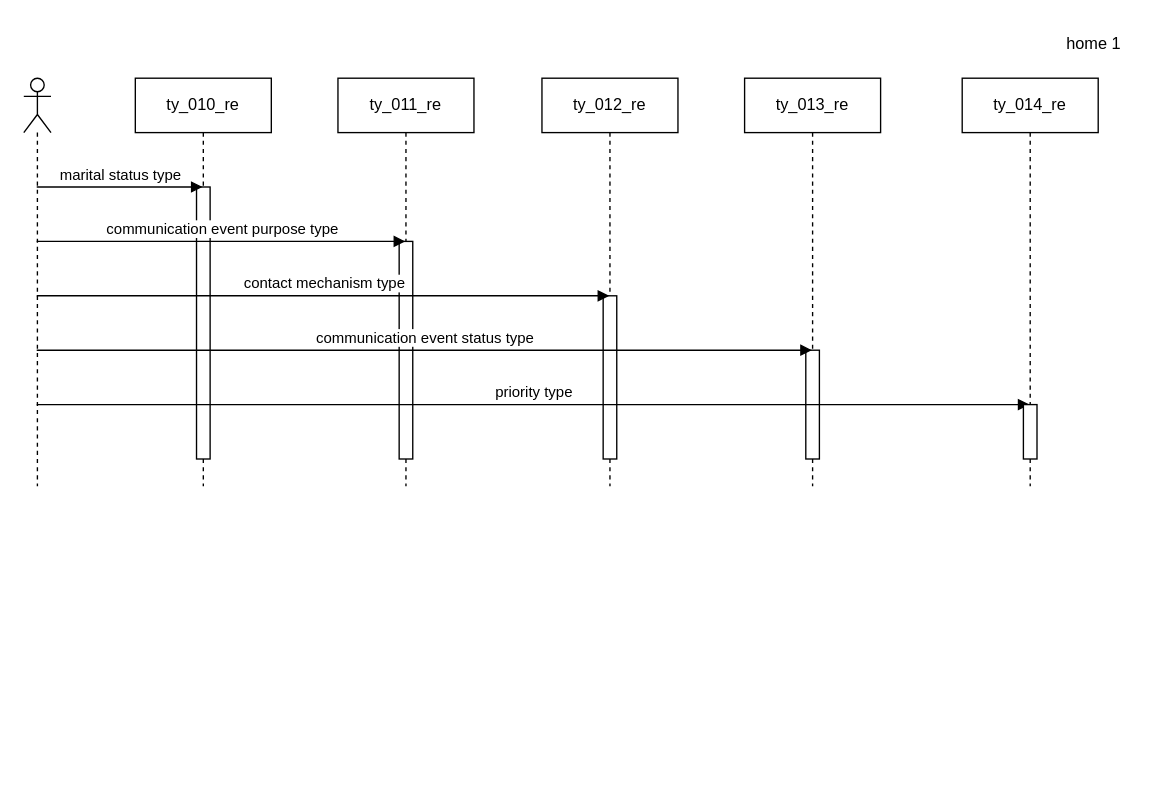
Earlier version of the draw.io diagram page "3 home3" (4 of 37) of docs/artifact/AllPage/drawio_file/sequence_diagram_page.drawio (ssszZ-TH/party_fullstack_docker3). Source tidied: cells renumbered, new cells numbered last; positions are measured from the earlier drawing's top-left corner, leaving out a move shared by most shapes. Both pictures are drawn from the tidied source at 136%, with x=0, y=0 at pixel (23, 23).
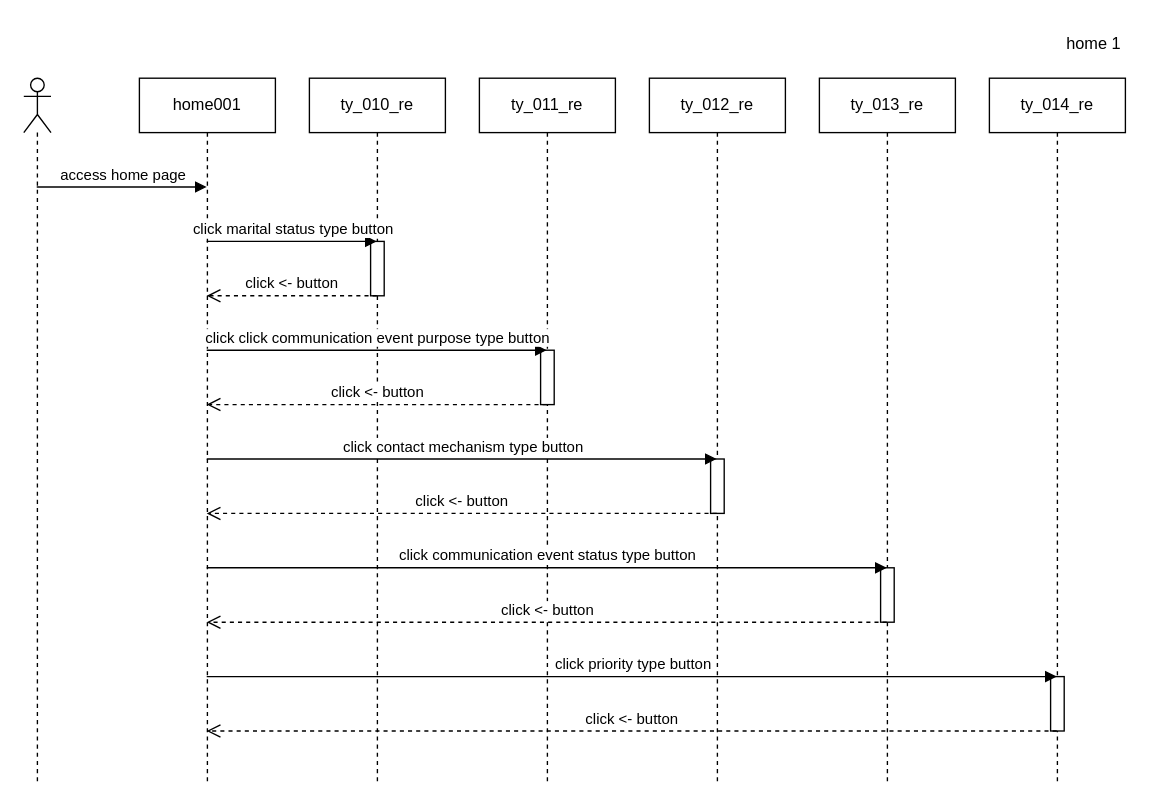
After the change.

Commit message (it also covers changes not shown here):
docs seq page diagram fin in drawio

Change to the diagram source:
```diff
@@
-    <mxCell id="0" />
-    <mxCell id="1" parent="0" />
+    <mxCell id="19" />
+    <mxCell id="20" parent="19" />
+    <mxCell id="21" value="home001" style="shape=umlLifeline;perimeter=lifelinePerimeter;whiteSpace=wrap;html=1;outlineConnect=0;portConstraint=eastwest;newEdgeStyle={&quot;curved&quot;:0,&quot;rounded&quot;:0};" parent="20" vertex="1">
+      <mxGeometry x="85" y="40" width="100" height="520" as="geometry" />
+    </mxCell>
+    <mxCell id="22" style="shape=umlLifeline;perimeter=lifelinePerimeter;whiteSpace=wrap;html=1;outlineConnect=0;portConstraint=eastwest;newEdgeStyle={&quot;curved&quot;:0,&quot;rounded&quot;:0};participant=umlActor;" parent="20" vertex="1">
+      <mxGeometry y="40" width="20" height="520" as="geometry" />
+    </mxCell>
+    <mxCell id="5" value="ty_011_re" style="shape=umlLifeline;perimeter=lifelinePerimeter;whiteSpace=wrap;html=1;outlineConnect=0;portConstraint=eastwest;newEdgeStyle={&quot;curved&quot;:0,&quot;rounded&quot;:0};" parent="20" vertex="1">
+      <mxGeometry x="335" y="40" width="100" height="520" as="geometry" />
+    </mxCell>
+    <mxCell id="23" style="html=1;perimeter=orthogonalPerimeter;targetShapes=umlLifeline;newEdgeStyle={&quot;curved&quot;:0,&quot;rounded&quot;:0};" parent="5" vertex="1">
+      <mxGeometry x="45" y="200" width="10" height="40" as="geometry" />
+    </mxCell>
+    <mxCell id="7" value="ty_012_re" style="shape=umlLifeline;perimeter=lifelinePerimeter;whiteSpace=wrap;html=1;outlineConnect=0;portConstraint=eastwest;newEdgeStyle={&quot;curved&quot;:0,&quot;rounded&quot;:0};" parent="20" vertex="1">
+      <mxGeometry x="460" y="40" width="100" height="520" as="geometry" />
+    </mxCell>
+    <mxCell id="24" style="html=1;perimeter=orthogonalPerimeter;targetShapes=umlLifeline;newEdgeStyle={&quot;curved&quot;:0,&quot;rounded&quot;:0};" parent="7" vertex="1">
+      <mxGeometry x="45" y="280" width="10" height="40" as="geometry" />
+    </mxCell>
+    <mxCell id="9" value="ty_013_re" style="shape=umlLifeline;perimeter=lifelinePerimeter;whiteSpace=wrap;html=1;outlineConnect=0;portConstraint=eastwest;newEdgeStyle={&quot;curved&quot;:0,&quot;rounded&quot;:0};" parent="20" vertex="1">
+      <mxGeometry x="585" y="40" width="100" height="520" as="geometry" />
+    </mxCell>
+    <mxCell id="25" style="html=1;perimeter=orthogonalPerimeter;targetShapes=umlLifeline;newEdgeStyle={&quot;curved&quot;:0,&quot;rounded&quot;:0};" parent="9" vertex="1">
+      <mxGeometry x="45" y="360" width="10" height="40" as="geometry" />
+    </mxCell>
+    <mxCell id="11" value="ty_014_re" style="shape=umlLifeline;perimeter=lifelinePerimeter;whiteSpace=wrap;html=1;outlineConnect=0;portConstraint=eastwest;newEdgeStyle={&quot;curved&quot;:0,&quot;rounded&quot;:0};" parent="20" vertex="1">
+      <mxGeometry x="710" y="40" width="100" height="520" as="geometry" />
+    </mxCell>
+    <mxCell id="26" style="html=1;perimeter=orthogonalPerimeter;targetShapes=umlLifeline;newEdgeStyle={&quot;curved&quot;:0,&quot;rounded&quot;:0};" parent="11" vertex="1">
+      <mxGeometry x="45" y="440" width="10" height="40" as="geometry" />
+    </mxCell>
+    <mxCell id="12" value="home 1" style="text;html=1;align=center;verticalAlign=middle;whiteSpace=wrap;rounded=0;" parent="20" vertex="1">
+      <mxGeometry x="757" width="60" height="30" as="geometry" />
+    </mxCell>
-    <mxCell id="2" value="ty_010_re" style="shape=umlLifeline;perimeter=lifelinePerimeter;whiteSpace=wrap;html=1;outlineConnect=0;portConstraint=eastwest;newEdgeStyle={&quot;curved&quot;:0,&quot;rounded&quot;:0};" parent="1" vertex="1">
-      <mxGeometry x="82" y="40" width="100" height="300" as="geometry" />
+    <mxCell id="2" value="ty_010_re" style="shape=umlLifeline;perimeter=lifelinePerimeter;whiteSpace=wrap;html=1;outlineConnect=0;portConstraint=eastwest;newEdgeStyle={&quot;curved&quot;:0,&quot;rounded&quot;:0};" parent="20" vertex="1">
+      <mxGeometry x="210" y="40" width="100" height="520" as="geometry" />
     </mxCell>
-    <mxCell id="3" style="html=1;perimeter=orthogonalPerimeter;targetShapes=umlLifeline;newEdgeStyle={&quot;curved&quot;:0,&quot;rounded&quot;:0};" parent="2" vertex="1">
-      <mxGeometry x="45" y="80" width="10" height="200" as="geometry" />
-    </mxCell>
-    <mxCell id="4" style="shape=umlLifeline;perimeter=lifelinePerimeter;whiteSpace=wrap;html=1;outlineConnect=0;portConstraint=eastwest;newEdgeStyle={&quot;curved&quot;:0,&quot;rounded&quot;:0};participant=umlActor;" parent="1" vertex="1">
-      <mxGeometry y="40" width="20" height="300" as="geometry" />
-    </mxCell>
-    <mxCell id="5" value="ty_011_re" style="shape=umlLifeline;perimeter=lifelinePerimeter;whiteSpace=wrap;html=1;outlineConnect=0;portConstraint=eastwest;newEdgeStyle={&quot;curved&quot;:0,&quot;rounded&quot;:0};" parent="1" vertex="1">
-      <mxGeometry x="231" y="40" width="100" height="300" as="geometry" />
-    </mxCell>
-    <mxCell id="6" style="html=1;perimeter=orthogonalPerimeter;targetShapes=umlLifeline;newEdgeStyle={&quot;curved&quot;:0,&quot;rounded&quot;:0};" parent="5" vertex="1">
-      <mxGeometry x="45" y="120" width="10" height="160" as="geometry" />
-    </mxCell>
-    <mxCell id="7" value="ty_012_re" style="shape=umlLifeline;perimeter=lifelinePerimeter;whiteSpace=wrap;html=1;outlineConnect=0;portConstraint=eastwest;newEdgeStyle={&quot;curved&quot;:0,&quot;rounded&quot;:0};" parent="1" vertex="1">
-      <mxGeometry x="381" y="40" width="100" height="300" as="geometry" />
-    </mxCell>
-    <mxCell id="8" style="html=1;perimeter=orthogonalPerimeter;targetShapes=umlLifeline;newEdgeStyle={&quot;curved&quot;:0,&quot;rounded&quot;:0};" parent="7" vertex="1">
-      <mxGeometry x="45" y="160" width="10" height="120" as="geometry" />
-    </mxCell>
-    <mxCell id="9" value="ty_013_re" style="shape=umlLifeline;perimeter=lifelinePerimeter;whiteSpace=wrap;html=1;outlineConnect=0;portConstraint=eastwest;newEdgeStyle={&quot;curved&quot;:0,&quot;rounded&quot;:0};" parent="1" vertex="1">
-      <mxGeometry x="530" y="40" width="100" height="300" as="geometry" />
-    </mxCell>
-    <mxCell id="10" style="html=1;perimeter=orthogonalPerimeter;targetShapes=umlLifeline;newEdgeStyle={&quot;curved&quot;:0,&quot;rounded&quot;:0};" parent="9" vertex="1">
-      <mxGeometry x="45" y="200" width="10" height="80" as="geometry" />
-    </mxCell>
-    <mxCell id="11" value="ty_014_re" style="shape=umlLifeline;perimeter=lifelinePerimeter;whiteSpace=wrap;html=1;outlineConnect=0;portConstraint=eastwest;newEdgeStyle={&quot;curved&quot;:0,&quot;rounded&quot;:0};" parent="1" vertex="1">
-      <mxGeometry x="690" y="40" width="100" height="300" as="geometry" />
-    </mxCell>
-    <mxCell id="12" value="home 1" style="text;html=1;align=center;verticalAlign=middle;whiteSpace=wrap;rounded=0;" parent="1" vertex="1">
-      <mxGeometry x="757" width="60" height="30" as="geometry" />
-    </mxCell>
-    <mxCell id="13" value="marital status type" style="html=1;verticalAlign=bottom;endArrow=block;curved=0;rounded=0;" parent="1" edge="1" source="4" target="2">
-      <mxGeometry relative="1" as="geometry">
-        <Array as="points">
-          <mxPoint x="80" y="120" />
-        </Array>
-      </mxGeometry>
-    </mxCell>
-    <mxCell id="14" value="communication event purpose type" style="html=1;verticalAlign=bottom;endArrow=block;curved=0;rounded=0;" parent="1" edge="1" source="4" target="5">
-      <mxGeometry relative="1" as="geometry">
-        <Array as="points">
-          <mxPoint x="111" y="160" />
-        </Array>
-      </mxGeometry>
-    </mxCell>
-    <mxCell id="15" value="contact mechanism type" style="html=1;verticalAlign=bottom;endArrow=block;curved=0;rounded=0;" parent="1" edge="1" source="4" target="7">
-      <mxGeometry relative="1" as="geometry">
-        <Array as="points">
-          <mxPoint x="220" y="200" />
-        </Array>
-      </mxGeometry>
-    </mxCell>
-    <mxCell id="16" value="communication event status type" style="html=1;verticalAlign=bottom;endArrow=block;curved=0;rounded=0;" parent="1" edge="1" source="4" target="9">
-      <mxGeometry relative="1" as="geometry">
-        <Array as="points">
-          <mxPoint x="300" y="240" />
-        </Array>
-      </mxGeometry>
-    </mxCell>
-    <mxCell id="17" value="priority type" style="html=1;verticalAlign=bottom;endArrow=block;curved=0;rounded=0;" parent="1" edge="1" source="4" target="11">
-      <mxGeometry relative="1" as="geometry">
-        <Array as="points">
-          <mxPoint x="370" y="280" />
-        </Array>
-      </mxGeometry>
-    </mxCell>
-    <mxCell id="18" style="html=1;perimeter=orthogonalPerimeter;targetShapes=umlLifeline;newEdgeStyle={&quot;curved&quot;:0,&quot;rounded&quot;:0};" parent="1" vertex="1">
-      <mxGeometry x="735" y="280" width="10" height="40" as="geometry" />
-    </mxCell>
+    <mxCell id="27" style="html=1;perimeter=orthogonalPerimeter;targetShapes=umlLifeline;newEdgeStyle={&quot;curved&quot;:0,&quot;rounded&quot;:0};" parent="2" vertex="1">
+      <mxGeometry x="45" y="120" width="10" height="40" as="geometry" />
+    </mxCell>
+    <mxCell id="28" value="access home page" style="html=1;verticalAlign=bottom;endArrow=block;curved=0;rounded=0;" parent="20" edge="1" source="22" target="21">
+      <mxGeometry relative="1" as="geometry">
+        <Array as="points">
+          <mxPoint x="60" y="120" />
+        </Array>
+      </mxGeometry>
+    </mxCell>
+    <mxCell id="29" value="click marital status type button" style="html=1;verticalAlign=bottom;endArrow=block;curved=0;rounded=0;" parent="20" edge="1" source="21" target="2">
+      <mxGeometry relative="1" as="geometry">
+        <Array as="points">
+          <mxPoint x="190" y="160" />
+        </Array>
+      </mxGeometry>
+    </mxCell>
+    <mxCell id="30" value="click &amp;lt;- button" style="html=1;verticalAlign=bottom;endArrow=open;dashed=1;endSize=8;curved=0;rounded=0;" parent="20" edge="1" source="2" target="21">
+      <mxGeometry relative="1" as="geometry">
+        <Array as="points">
+          <mxPoint x="200" y="200" />
+        </Array>
+      </mxGeometry>
+    </mxCell>
+    <mxCell id="31" value="click click communication event purpose type button" style="html=1;verticalAlign=bottom;endArrow=block;curved=0;rounded=0;" parent="20" edge="1" source="21" target="5">
+      <mxGeometry relative="1" as="geometry">
+        <Array as="points">
+          <mxPoint x="260" y="240" />
+        </Array>
+      </mxGeometry>
+    </mxCell>
+    <mxCell id="32" value="click &amp;lt;- button" style="html=1;verticalAlign=bottom;endArrow=open;dashed=1;endSize=8;curved=0;rounded=0;" parent="20" edge="1" source="5" target="21">
+      <mxGeometry relative="1" as="geometry">
+        <Array as="points">
+          <mxPoint x="270" y="280" />
+        </Array>
+      </mxGeometry>
+    </mxCell>
+    <mxCell id="33" value="click contact mechanism type button" style="html=1;verticalAlign=bottom;endArrow=block;curved=0;rounded=0;" parent="20" edge="1" source="21" target="7">
+      <mxGeometry relative="1" as="geometry">
+        <Array as="points">
+          <mxPoint x="320" y="320" />
+        </Array>
+      </mxGeometry>
+    </mxCell>
+    <mxCell id="34" value="click &amp;lt;- button" style="html=1;verticalAlign=bottom;endArrow=open;dashed=1;endSize=8;curved=0;rounded=0;" parent="20" edge="1" source="7" target="21">
+      <mxGeometry relative="1" as="geometry">
+        <Array as="points">
+          <mxPoint x="330" y="360" />
+        </Array>
+      </mxGeometry>
+    </mxCell>
+    <mxCell id="35" value="click communication event status type button" style="html=1;verticalAlign=bottom;endArrow=block;curved=0;rounded=0;" parent="20" edge="1" source="21" target="9">
+      <mxGeometry relative="1" as="geometry">
+        <Array as="points">
+          <mxPoint x="390" y="400" />
+        </Array>
+      </mxGeometry>
+    </mxCell>
+    <mxCell id="36" value="click &amp;lt;- button" style="html=1;verticalAlign=bottom;endArrow=open;dashed=1;endSize=8;curved=0;rounded=0;" parent="20" edge="1" source="9" target="21">
+      <mxGeometry relative="1" as="geometry">
+        <Array as="points">
+          <mxPoint x="400" y="440" />
+        </Array>
+      </mxGeometry>
+    </mxCell>
+    <mxCell id="37" value="click priority type button" style="html=1;verticalAlign=bottom;endArrow=block;curved=0;rounded=0;" parent="20" edge="1" source="21" target="11">
+      <mxGeometry relative="1" as="geometry">
+        <Array as="points">
+          <mxPoint x="410" y="480" />
+        </Array>
+      </mxGeometry>
+    </mxCell>
+    <mxCell id="38" value="click &amp;lt;- button" style="html=1;verticalAlign=bottom;endArrow=open;dashed=1;endSize=8;curved=0;rounded=0;" parent="20" edge="1" source="11" target="21">
+      <mxGeometry relative="1" as="geometry">
+        <Array as="points">
+          <mxPoint x="480" y="520" />
+        </Array>
+      </mxGeometry>
+    </mxCell>
```
